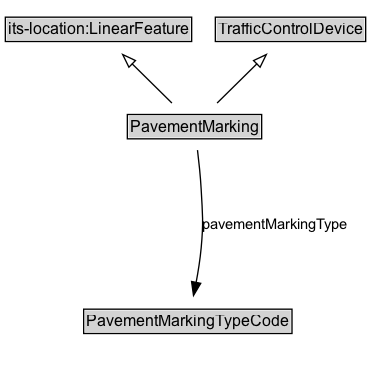
Above: docs/diagrams/PavementMarking.dot.png in k-vaughn/ontology-its-regulation (Graphviz), before the change. Its source is kept beside it as docs/diagrams/PavementMarking.dot.
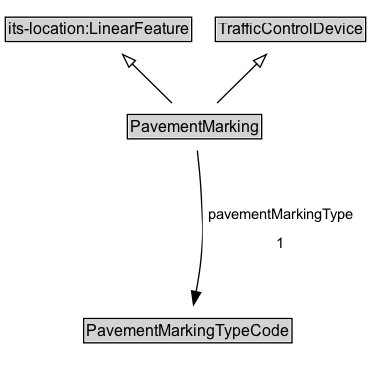
Above is the later version.

The edit, as a diff of the source:
```diff
@@ -21,5 +21,5 @@
 	PavementMarking -> Invis [style=invis]
 	Invis -> PavementMarkingTypeCode [style=invis]
 	PavementMarkingTypeCode [label=<<TABLE BORDER="1" CELLBORDER="0" CELLSPACING="0" CELLPADDING="1"><TR><TD BGCOLOR="lightgray" ALIGN="CENTER">PavementMarkingTypeCode</TD></TR></TABLE>> URL="../PavementMarkingTypeCode" margin=0]
-	PavementMarking -> PavementMarkingTypeCode [label=pavementMarkingType arrowhead=normal style=solid]
+	PavementMarking -> PavementMarkingTypeCode [label=<<TABLE BORDER="0" CELLBORDER="0" CELLSPACING="0" CELLPADDING="4" BGCOLOR="white"><TR><TD ALIGN="CENTER">pavementMarkingType</TD></TR><TR><TD ALIGN="CENTER">1</TD></TR></TABLE>> arrowhead=normal style=solid]
 }
```
